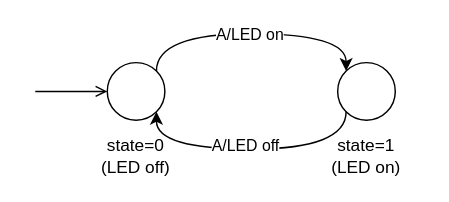
Earlier version of the draw.io diagram page "led-aan-uit-schakelaar-diagram" (1 of 4) of figs/toestandsdiagrammen.drawio (eelcodijkstra/pcintrobook). Source tidied: cells renumbered, new cells numbered last; positions are measured from the earlier drawing's top-left corner, leaving out a move shared by most shapes. Both pictures are drawn from the tidied source at 144%, with x=0, y=0 at pixel (35, 33).
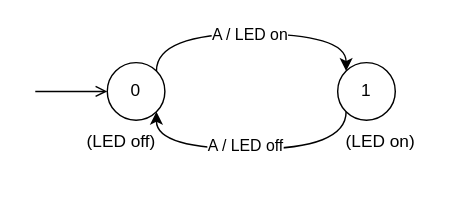
After the change.

Diff of the diagram source:
```diff
@@
 <mxGraphModel>
   <root>
     <mxCell id="0" />
     <mxCell id="1" parent="0" />
-    <mxCell id="2" style="ellipse;whiteSpace=wrap;html=1;" parent="1" vertex="1">
+    <mxCell id="2" value="0" style="ellipse;whiteSpace=wrap;html=1;" parent="1" vertex="1">
       <mxGeometry x="50" y="20" width="40" height="40" as="geometry" />
     </mxCell>
-    <mxCell id="3" style="ellipse;whiteSpace=wrap;html=1;" parent="1" vertex="1">
+    <mxCell id="3" value="1" style="ellipse;whiteSpace=wrap;html=1;" parent="1" vertex="1">
       <mxGeometry x="210" y="20" width="40" height="40" as="geometry" />
     </mxCell>
     <mxCell id="4" style="endArrow=classic;html=1;rounded=0;exitX=1;exitY=0;exitDx=0;exitDy=0;entryX=0;entryY=0;entryDx=0;entryDy=0;edgeStyle=orthogonalEdgeStyle;curved=1;" parent="1" edge="1" source="2" target="3">
       <mxGeometry relative="1" as="geometry">
         <Array as="points">
           <mxPoint x="84" />
           <mxPoint x="216" />
         </Array>
       </mxGeometry>
     </mxCell>
-    <mxCell id="5" value="A/LED on" style="edgeLabel;html=1;align=center;verticalAlign=middle;" parent="4" vertex="1">
+    <mxCell id="5" value="A / LED on" style="edgeLabel;html=1;align=center;verticalAlign=middle;" parent="4" vertex="1">
       <mxGeometry x="-0.02" relative="1" as="geometry" />
     </mxCell>
     <mxCell id="6" style="endArrow=classic;html=1;rounded=0;exitX=0;exitY=1;exitDx=0;exitDy=0;entryX=1;entryY=1;entryDx=0;entryDy=0;edgeStyle=orthogonalEdgeStyle;curved=1;" parent="1" edge="1" source="3" target="2">
       <mxGeometry relative="1" as="geometry">
         <Array as="points">
           <mxPoint x="216" y="80" />
           <mxPoint x="84" y="80" />
         </Array>
       </mxGeometry>
     </mxCell>
-    <mxCell id="7" value="A/LED off" style="edgeLabel;html=1;align=center;verticalAlign=middle;" parent="6" vertex="1">
+    <mxCell id="7" value="A / LED off" style="edgeLabel;html=1;align=center;verticalAlign=middle;" parent="6" vertex="1">
       <mxGeometry x="0.05" y="-3" relative="1" as="geometry" />
     </mxCell>
-    <mxCell id="8" value="state=0&lt;div&gt;(LED off)&lt;/div&gt;" style="text;html=1;align=center;verticalAlign=middle;whiteSpace=wrap;rounded=0;" parent="1" vertex="1">
-      <mxGeometry x="40" y="70" width="60" height="30" as="geometry" />
+    <mxCell id="8" value="&lt;div&gt;(LED off)&lt;/div&gt;" style="text;html=1;align=center;verticalAlign=middle;whiteSpace=wrap;rounded=0;" parent="1" vertex="1">
+      <mxGeometry x="30" y="60" width="60" height="30" as="geometry" />
     </mxCell>
-    <mxCell id="9" value="state=1&lt;div&gt;(LED on)&lt;/div&gt;" style="text;html=1;align=center;verticalAlign=middle;whiteSpace=wrap;rounded=0;" parent="1" vertex="1">
-      <mxGeometry x="200" y="70" width="60" height="30" as="geometry" />
+    <mxCell id="9" value="&lt;div&gt;(LED on)&lt;/div&gt;" style="text;html=1;align=center;verticalAlign=middle;whiteSpace=wrap;rounded=0;" parent="1" vertex="1">
+      <mxGeometry x="210" y="60" width="60" height="30" as="geometry" />
     </mxCell>
     <mxCell id="10" style="endArrow=open;html=1;rounded=0;endFill=0;" parent="1" edge="1">
       <mxGeometry relative="1" as="geometry">
         <mxPoint y="40" as="sourcePoint" />
         <mxPoint x="50" y="40" as="targetPoint" />
       </mxGeometry>
     </mxCell>
   </root>
 </mxGraphModel>
```
